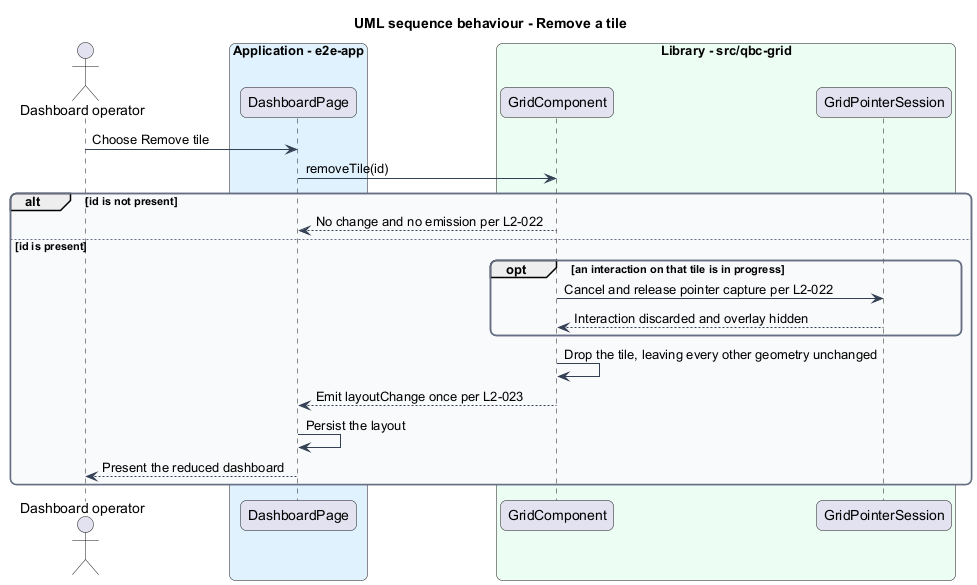
The PlantUML diagram docs/detailed-designs/grid-layout/add-and-remove-tiles/diagrams/sequence-remove-tile.png in QuinntyneBrown/qbc-grid, before a commit.
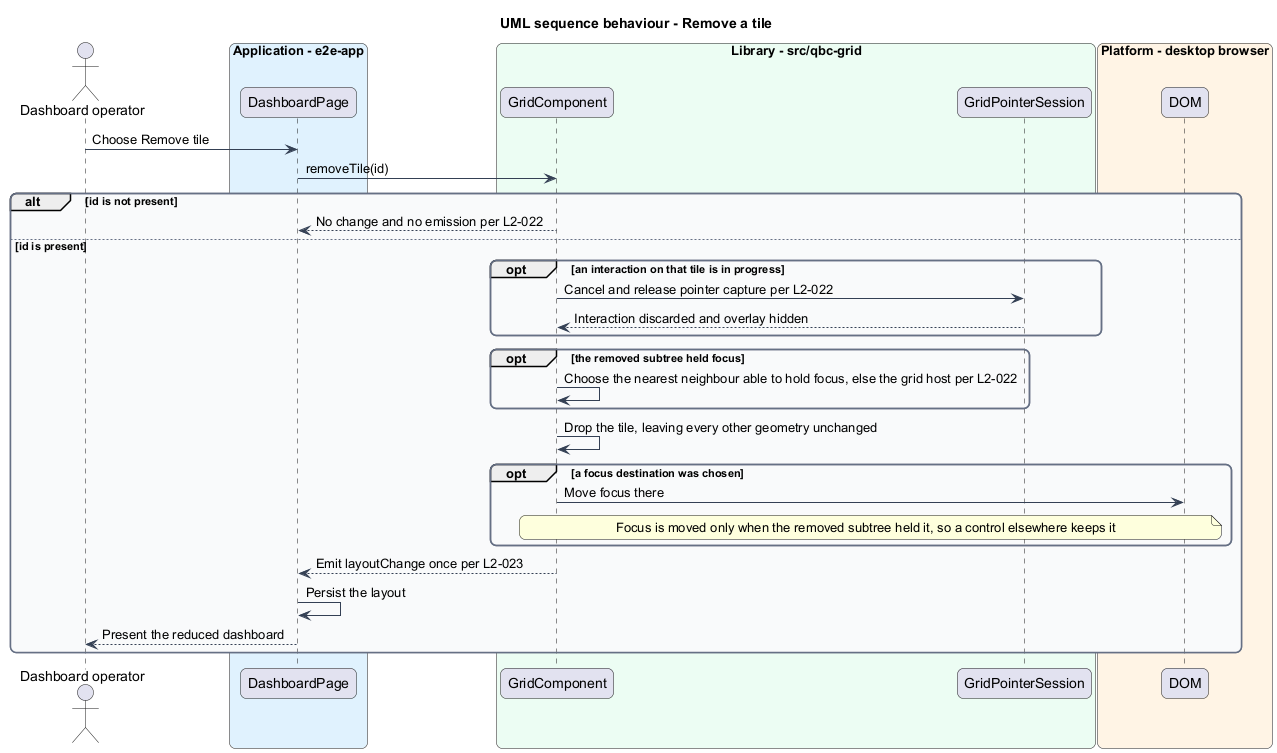
Later version of the same file.

The edit, as a diff of the source:
```diff
@@ -22,6 +22,9 @@
   participant "GridComponent" as grid
   participant "GridPointerSession" as session
 end box
+box "Platform - desktop browser" #FFF4E5
+  participant "DOM" as dom
+end box
 
 actor -> page : Choose Remove tile
 page -> grid : removeTile(id)
@@ -32,7 +35,14 @@
     grid -> session : Cancel and release pointer capture per L2-022
     session --> grid : Interaction discarded and overlay hidden
   end
+  opt the removed subtree held focus
+    grid -> grid : Choose the nearest neighbour able to hold focus, else the grid host per L2-022
+  end
   grid -> grid : Drop the tile, leaving every other geometry unchanged
+  opt a focus destination was chosen
+    grid -> dom : Move focus there
+    note over grid, dom : Focus is moved only when the removed subtree held it, so a control elsewhere keeps it
+  end
   grid --> page : Emit layoutChange once per L2-023
   page -> page : Persist the layout
   page --> actor : Present the reduced dashboard
```
